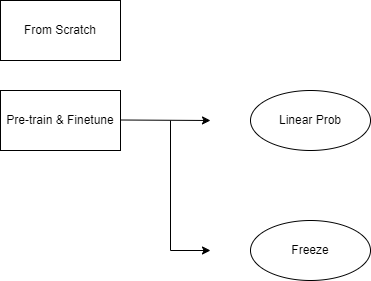
Above: study.png in Kyoungrae-Noh/draw (draw.io), before the change. Source tidied: cells renumbered, new cells last; positions are measured from the earlier drawing's top-left corner, leaving out a move shared by most shapes.
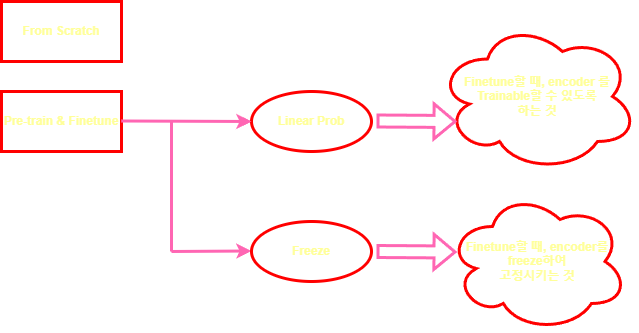
After the change.

Change to the diagram source:
```diff
@@ -2,35 +2,64 @@
   <root>
     <mxCell id="0" />
     <mxCell id="1" parent="0" />
-    <mxCell id="2" value="From Scratch" style="whiteSpace=wrap;html=1;" parent="1" vertex="1">
+    <mxCell id="2" value="&lt;b&gt;&lt;font color=&quot;#ffff99&quot;&gt;From Scratch&lt;/font&gt;&lt;/b&gt;" style="whiteSpace=wrap;html=1;strokeColor=#FF0000;strokeWidth=3;" parent="1" vertex="1">
       <mxGeometry width="120" height="60" as="geometry" />
     </mxCell>
-    <mxCell id="3" value="Pre-train &amp;amp; Finetune" style="whiteSpace=wrap;html=1;" parent="1" vertex="1">
+    <mxCell id="3" value="&lt;b&gt;&lt;font color=&quot;#ffff99&quot;&gt;Pre-train &amp;amp; Finetune&lt;/font&gt;&lt;/b&gt;" style="whiteSpace=wrap;html=1;strokeColor=#FF0000;strokeWidth=3;" parent="1" vertex="1">
       <mxGeometry y="90" width="120" height="60" as="geometry" />
     </mxCell>
-    <mxCell id="4" style="endArrow=classic;html=1;rounded=0;" parent="1" edge="1">
+    <mxCell id="4" style="endArrow=classic;html=1;rounded=0;entryX=0;entryY=0.5;entryDx=0;entryDy=0;strokeColor=#FF66B3;" parent="1" edge="1" target="7">
       <mxGeometry relative="1" as="geometry">
         <mxPoint x="120" y="119.5" as="sourcePoint" />
-        <mxPoint x="210" y="120" as="targetPoint" />
       </mxGeometry>
     </mxCell>
-    <mxCell id="5" style="endArrow=none;html=1;rounded=0;" parent="1" edge="1">
+    <mxCell id="5" style="endArrow=none;html=1;rounded=0;strokeColor=#FF66B3;" parent="1" edge="1">
       <mxGeometry relative="1" as="geometry">
         <mxPoint x="170" y="250" as="sourcePoint" />
         <mxPoint x="170" y="120" as="targetPoint" />
       </mxGeometry>
     </mxCell>
-    <mxCell id="6" style="endArrow=classic;html=1;rounded=0;" parent="1" edge="1">
+    <mxCell id="6" style="endArrow=classic;html=1;rounded=0;strokeColor=#FF66B3;fontStyle=1;strokeWidth=3;" parent="1" edge="1">
       <mxGeometry relative="1" as="geometry">
         <mxPoint x="170" y="250" as="sourcePoint" />
-        <mxPoint x="210" y="250" as="targetPoint" />
+        <mxPoint x="250" y="249.5" as="targetPoint" />
       </mxGeometry>
     </mxCell>
-    <mxCell id="7" value="Linear Prob" style="ellipse;whiteSpace=wrap;html=1;" parent="1" vertex="1">
+    <mxCell id="7" value="&lt;b&gt;&lt;font color=&quot;#ffff99&quot;&gt;Linear Prob&lt;/font&gt;&lt;/b&gt;" style="ellipse;whiteSpace=wrap;html=1;strokeColor=#FF0000;strokeWidth=3;" parent="1" vertex="1">
       <mxGeometry x="250" y="90" width="120" height="60" as="geometry" />
     </mxCell>
-    <mxCell id="8" value="Freeze" style="ellipse;whiteSpace=wrap;html=1;" parent="1" vertex="1">
+    <mxCell id="8" value="&lt;b&gt;&lt;font color=&quot;#ffff99&quot;&gt;Freeze&lt;/font&gt;&lt;/b&gt;" style="ellipse;whiteSpace=wrap;html=1;strokeColor=#FF0000;strokeWidth=3;" parent="1" vertex="1">
       <mxGeometry x="250" y="220" width="120" height="60" as="geometry" />
     </mxCell>
+    <mxCell id="9" value="&lt;b&gt;&lt;font color=&quot;#ffff99&quot;&gt;Finetune할 때, encoder 를&lt;br&gt;Trainable할 수 있도록&lt;br&gt;하는 것&lt;/font&gt;&lt;/b&gt;" style="ellipse;shape=cloud;whiteSpace=wrap;html=1;strokeColor=#FF0000;strokeWidth=3;" parent="1" vertex="1">
+      <mxGeometry x="436" y="20" width="200" height="150" as="geometry" />
+    </mxCell>
+    <mxCell id="10" style="shape=flexArrow;endArrow=classic;html=1;rounded=0;strokeColor=#FF66B3;fontStyle=1;strokeWidth=3;" parent="1" edge="1">
+      <mxGeometry relative="1" as="geometry">
+        <mxPoint x="375" y="119.5" as="sourcePoint" />
+        <mxPoint x="455" y="120" as="targetPoint" />
+      </mxGeometry>
+    </mxCell>
+    <mxCell id="11" style="shape=flexArrow;endArrow=classic;html=1;rounded=0;strokeColor=#FF66B3;fontStyle=1;strokeWidth=3;" parent="1" edge="1">
+      <mxGeometry relative="1" as="geometry">
+        <mxPoint x="375" y="250" as="sourcePoint" />
+        <mxPoint x="455" y="250.5" as="targetPoint" />
+      </mxGeometry>
+    </mxCell>
+    <mxCell id="12" value="&lt;b&gt;&lt;font color=&quot;#ffff99&quot;&gt;Finetune할 때, encoder를 &lt;br&gt;freeze하여 &lt;br&gt;고정시키는 것&lt;/font&gt;&lt;/b&gt;" style="ellipse;shape=cloud;whiteSpace=wrap;html=1;strokeColor=#FF0000;strokeWidth=3;" parent="1" vertex="1">
+      <mxGeometry x="446" y="190" width="180" height="140" as="geometry" />
+    </mxCell>
+    <mxCell id="13" style="endArrow=classic;html=1;rounded=0;entryX=0;entryY=0.5;entryDx=0;entryDy=0;strokeColor=#FF66B3;fontStyle=1;strokeWidth=3;" parent="1" edge="1">
+      <mxGeometry relative="1" as="geometry">
+        <mxPoint x="120" y="119.5" as="sourcePoint" />
+        <mxPoint x="250" y="120" as="targetPoint" />
+      </mxGeometry>
+    </mxCell>
+    <mxCell id="14" style="endArrow=none;html=1;rounded=0;strokeColor=#FF66B3;fontStyle=1;strokeWidth=3;" parent="1" edge="1">
+      <mxGeometry relative="1" as="geometry">
+        <mxPoint x="170" y="250" as="sourcePoint" />
+        <mxPoint x="170" y="120" as="targetPoint" />
+      </mxGeometry>
+    </mxCell>
   </root>
 </mxGraphModel>
```
